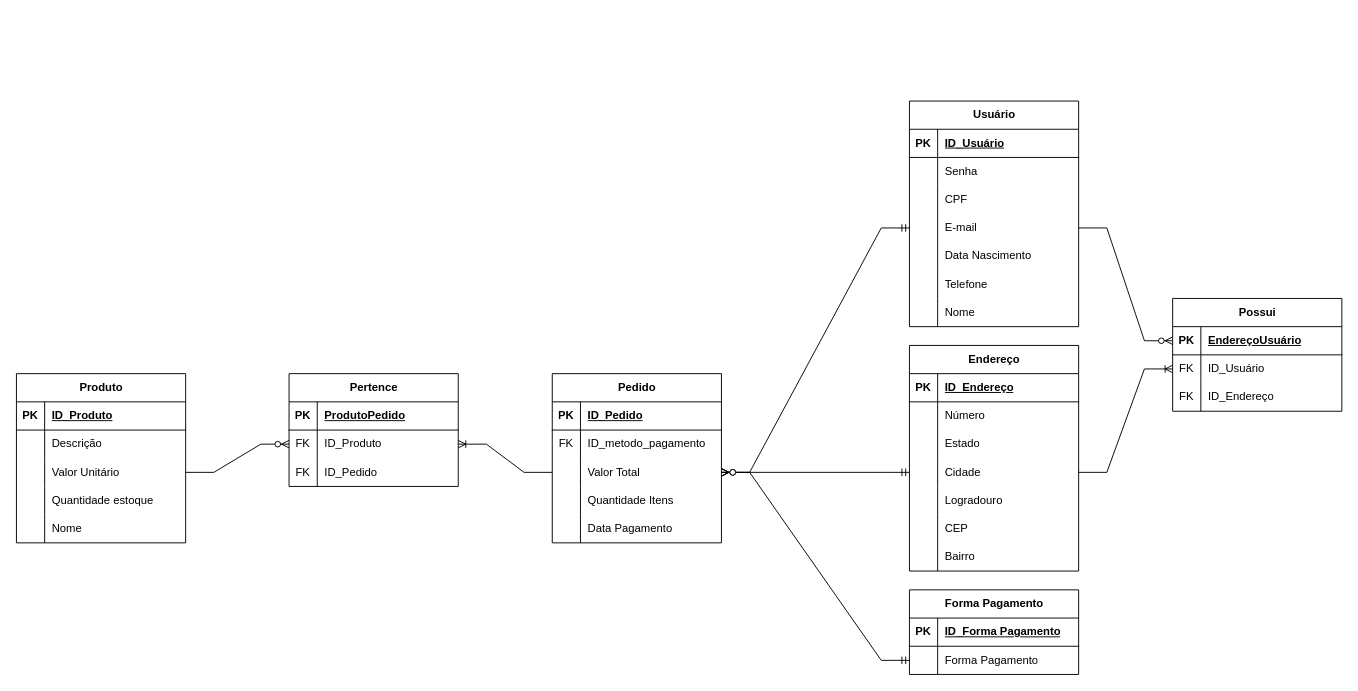
This is documentacao/Diagrama_lógico.drawio from PedroAugustoPivetta/Bela-Rosa, a draw.io file, before an edit. Source tidied: cells renumbered, new cells numbered last; positions are measured from the earlier drawing's top-left corner, leaving out a move shared by most shapes. Both pictures are drawn from the tidied source at 94%, with x=0, y=0 at pixel (16, 101).
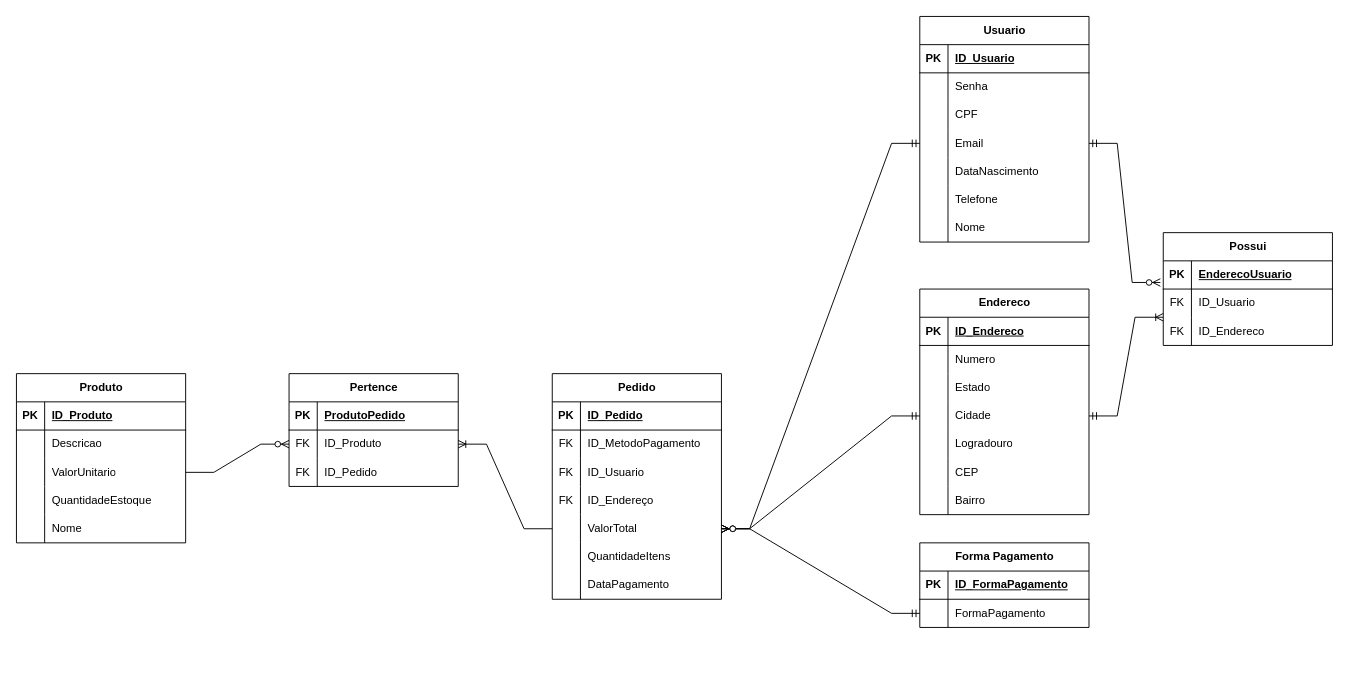
Above is the later version.

Unchanged cells that the change refers to:
```xml
<mxCell id="6" style="shape=tableRow;horizontal=0;startSize=0;swimlaneHead=0;swimlaneBody=0;fillColor=none;top=0;left=0;right=0;bottom=0;" parent="2" vertex="1">
  <mxGeometry y="60" width="180" height="30" as="geometry" />
</mxCell>
<mxCell id="9" style="shape=tableRow;horizontal=0;startSize=0;swimlaneHead=0;swimlaneBody=0;fillColor=none;points=[[0,0.5],[1,0.5]];portConstraint=eastwest;top=0;left=0;right=0;bottom=0;" parent="2" vertex="1">
  <mxGeometry y="90" width="180" height="30" as="geometry" />
</mxCell>
<mxCell id="12" style="shape=tableRow;horizontal=0;startSize=0;swimlaneHead=0;swimlaneBody=0;fillColor=none;top=0;left=0;right=0;bottom=0;" parent="2" vertex="1">
  <mxGeometry y="120" width="180" height="30" as="geometry" />
</mxCell>
<mxCell id="32" style="shape=tableRow;horizontal=0;startSize=0;swimlaneHead=0;swimlaneBody=0;fillColor=none;top=0;left=0;right=0;bottom=0;" parent="28" vertex="1">
  <mxGeometry y="60" width="180" height="30" as="geometry" />
</mxCell>
<mxCell id="47" style="shape=tableRow;horizontal=0;startSize=0;swimlaneHead=0;swimlaneBody=0;fillColor=none;top=0;left=0;right=0;bottom=1;" parent="46" vertex="1">
  <mxGeometry y="30" width="180" height="30" as="geometry" />
</mxCell>
<mxCell id="50" style="shape=tableRow;horizontal=0;startSize=0;swimlaneHead=0;swimlaneBody=0;fillColor=none;points=[[0,0.5],[1,0.5]];portConstraint=eastwest;top=0;left=0;right=0;bottom=0;" parent="46" vertex="1">
  <mxGeometry y="60" width="180" height="30" as="geometry" />
</mxCell>
<mxCell id="55" style="shape=tableRow;horizontal=0;startSize=0;swimlaneHead=0;swimlaneBody=0;fillColor=none;top=0;left=0;right=0;bottom=1;" parent="54" vertex="1">
  <mxGeometry y="30" width="180" height="30" as="geometry" />
</mxCell>
<mxCell id="58" style="shape=tableRow;horizontal=0;startSize=0;swimlaneHead=0;swimlaneBody=0;fillColor=none;top=0;left=0;right=0;bottom=0;" parent="54" vertex="1">
  <mxGeometry y="60" width="180" height="30" as="geometry" />
</mxCell>
<mxCell id="64" style="shape=tableRow;horizontal=0;startSize=0;swimlaneHead=0;swimlaneBody=0;fillColor=none;points=[[0,0.5],[1,0.5]];portConstraint=eastwest;top=0;left=0;right=0;bottom=0;" parent="54" vertex="1">
  <mxGeometry y="120" width="180" height="30" as="geometry" />
</mxCell>
<mxCell id="78" style="shape=tableRow;horizontal=0;startSize=0;swimlaneHead=0;swimlaneBody=0;fillColor=none;top=0;left=0;right=0;bottom=1;" parent="77" vertex="1">
  <mxGeometry y="30" width="180" height="30" as="geometry" />
</mxCell>
<mxCell id="87" style="shape=tableRow;horizontal=0;startSize=0;swimlaneHead=0;swimlaneBody=0;fillColor=none;points=[[0,0.5],[1,0.5]];portConstraint=eastwest;top=0;left=0;right=0;bottom=0;" parent="77" vertex="1">
  <mxGeometry y="120" width="180" height="30" as="geometry" />
</mxCell>
<mxCell id="90" style="shape=tableRow;horizontal=0;startSize=0;swimlaneHead=0;swimlaneBody=0;fillColor=none;top=0;left=0;right=0;bottom=0;" parent="77" vertex="1">
  <mxGeometry y="150" width="180" height="30" as="geometry" />
</mxCell>
<mxCell id="100" style="shape=tableRow;horizontal=0;startSize=0;swimlaneHead=0;swimlaneBody=0;fillColor=none;points=[[0,0.5],[1,0.5]];portConstraint=eastwest;top=0;left=0;right=0;bottom=1;" parent="99" vertex="1">
  <mxGeometry y="30" width="180" height="30" as="geometry" />
</mxCell>
<mxCell id="103" style="shape=tableRow;horizontal=0;startSize=0;swimlaneHead=0;swimlaneBody=0;fillColor=none;points=[[0,0.5],[1,0.5]];portConstraint=eastwest;top=0;left=0;right=0;bottom=0;" parent="99" vertex="1">
  <mxGeometry y="60" width="180" height="30" as="geometry" />
</mxCell>
<mxCell id="106" style="shape=tableRow;horizontal=0;startSize=0;swimlaneHead=0;swimlaneBody=0;fillColor=none;points=[[0,0.5],[1,0.5]];portConstraint=eastwest;top=0;left=0;right=0;bottom=0;" parent="99" vertex="1">
  <mxGeometry y="90" width="180" height="30" as="geometry" />
</mxCell>
```

Diff of the diagram source:
```diff
@@
-    <mxCell id="8" value="Descrição" style="shape=partialRectangle;fillColor=none;top=0;left=0;bottom=0;right=0;align=left;spacingLeft=6;overflow=hidden;whiteSpace=wrap;html=1;" parent="6" vertex="1">
+    <mxCell id="8" value="Descricao" style="shape=partialRectangle;fillColor=none;top=0;left=0;bottom=0;right=0;align=left;spacingLeft=6;overflow=hidden;whiteSpace=wrap;html=1;" parent="6" vertex="1">
       <mxGeometry x="30" width="150" height="30" as="geometry" />
     </mxCell>
@@
-    <mxCell id="11" value="Valor Unitário" style="shape=partialRectangle;fillColor=none;top=0;left=0;bottom=0;right=0;align=left;spacingLeft=6;overflow=hidden;whiteSpace=wrap;html=1;" parent="9" vertex="1">
+    <mxCell id="11" value="ValorUnitario" style="shape=partialRectangle;fillColor=none;top=0;left=0;bottom=0;right=0;align=left;spacingLeft=6;overflow=hidden;whiteSpace=wrap;html=1;" parent="9" vertex="1">
       <mxGeometry x="30" width="150" height="30" as="geometry" />
     </mxCell>
@@
-    <mxCell id="14" value="Quantidade estoque" style="shape=partialRectangle;fillColor=none;top=0;left=0;bottom=0;right=0;align=left;spacingLeft=6;overflow=hidden;whiteSpace=wrap;html=1;" parent="12" vertex="1">
+    <mxCell id="14" value="QuantidadeEstoque" style="shape=partialRectangle;fillColor=none;top=0;left=0;bottom=0;right=0;align=left;spacingLeft=6;overflow=hidden;whiteSpace=wrap;html=1;" parent="12" vertex="1">
       <mxGeometry x="30" width="150" height="30" as="geometry" />
     </mxCell>
@@
     <mxCell id="28" value="Pedido" style="shape=table;startSize=30;childLayout=tableLayout;rowLines=0;fontStyle=1;align=center;html=1;" parent="1" vertex="1">
-      <mxGeometry x="570" y="290" width="180" height="180" as="geometry" />
+      <mxGeometry x="570" y="290" width="180" height="240" as="geometry" />
     </mxCell>
@@
-    <mxCell id="34" value="ID_metodo_pagamento" style="shape=partialRectangle;fillColor=none;top=0;left=0;bottom=0;right=0;align=left;spacingLeft=6;fontStyle=0;overflow=hidden;whiteSpace=wrap;html=1;" parent="32" vertex="1">
+    <mxCell id="34" value="ID_MetodoPagamento" style="shape=partialRectangle;fillColor=none;top=0;left=0;bottom=0;right=0;align=left;spacingLeft=6;fontStyle=0;overflow=hidden;whiteSpace=wrap;html=1;" parent="32" vertex="1">
       <mxGeometry x="30" width="150" height="30" as="geometry" />
     </mxCell>
+    <mxCell id="112" style="shape=tableRow;horizontal=0;startSize=0;swimlaneHead=0;swimlaneBody=0;fillColor=none;top=0;left=0;right=0;bottom=0;" parent="28" vertex="1">
+      <mxGeometry y="90" width="180" height="30" as="geometry" />
+    </mxCell>
+    <mxCell id="113" value="FK" style="shape=partialRectangle;fillColor=none;top=0;left=0;bottom=0;right=0;fontStyle=0;overflow=hidden;whiteSpace=wrap;html=1;" parent="112" vertex="1">
+      <mxGeometry width="30" height="30" as="geometry" />
+    </mxCell>
+    <mxCell id="114" value="ID_Usuario" style="shape=partialRectangle;fillColor=none;top=0;left=0;bottom=0;right=0;align=left;spacingLeft=6;fontStyle=0;overflow=hidden;whiteSpace=wrap;html=1;" parent="112" vertex="1">
+      <mxGeometry x="30" width="150" height="30" as="geometry" />
+    </mxCell>
+    <mxCell id="115" style="shape=tableRow;horizontal=0;startSize=0;swimlaneHead=0;swimlaneBody=0;fillColor=none;top=0;left=0;right=0;bottom=0;" parent="28" vertex="1">
+      <mxGeometry y="120" width="180" height="30" as="geometry" />
+    </mxCell>
+    <mxCell id="116" value="FK" style="shape=partialRectangle;fillColor=none;top=0;left=0;bottom=0;right=0;fontStyle=0;overflow=hidden;whiteSpace=wrap;html=1;" parent="115" vertex="1">
+      <mxGeometry width="30" height="30" as="geometry" />
+    </mxCell>
+    <mxCell id="117" value="ID_Endereço" style="shape=partialRectangle;fillColor=none;top=0;left=0;bottom=0;right=0;align=left;spacingLeft=6;fontStyle=0;overflow=hidden;whiteSpace=wrap;html=1;" parent="115" vertex="1">
+      <mxGeometry x="30" width="150" height="30" as="geometry" />
+    </mxCell>
     <mxCell id="35" style="shape=tableRow;horizontal=0;startSize=0;swimlaneHead=0;swimlaneBody=0;fillColor=none;points=[[0,0.5],[1,0.5]];portConstraint=eastwest;top=0;left=0;right=0;bottom=0;" parent="28" vertex="1">
-      <mxGeometry y="90" width="180" height="30" as="geometry" />
+      <mxGeometry y="150" width="180" height="30" as="geometry" />
     </mxCell>
@@
-    <mxCell id="37" value="Valor Total" style="shape=partialRectangle;fillColor=none;top=0;left=0;bottom=0;right=0;align=left;spacingLeft=6;overflow=hidden;whiteSpace=wrap;html=1;" parent="35" vertex="1">
+    <mxCell id="37" value="ValorTotal" style="shape=partialRectangle;fillColor=none;top=0;left=0;bottom=0;right=0;align=left;spacingLeft=6;overflow=hidden;whiteSpace=wrap;html=1;" parent="35" vertex="1">
       <mxGeometry x="30" width="150" height="30" as="geometry" />
     </mxCell>
     <mxCell id="38" style="shape=tableRow;horizontal=0;startSize=0;swimlaneHead=0;swimlaneBody=0;fillColor=none;top=0;left=0;right=0;bottom=0;" parent="28" vertex="1">
-      <mxGeometry y="120" width="180" height="30" as="geometry" />
+      <mxGeometry y="180" width="180" height="30" as="geometry" />
     </mxCell>
@@
-    <mxCell id="40" value="Quantidade Itens" style="shape=partialRectangle;fillColor=none;top=0;left=0;bottom=0;right=0;align=left;spacingLeft=6;overflow=hidden;whiteSpace=wrap;html=1;" parent="38" vertex="1">
+    <mxCell id="40" value="QuantidadeItens" style="shape=partialRectangle;fillColor=none;top=0;left=0;bottom=0;right=0;align=left;spacingLeft=6;overflow=hidden;whiteSpace=wrap;html=1;" parent="38" vertex="1">
       <mxGeometry x="30" width="150" height="30" as="geometry" />
     </mxCell>
     <mxCell id="41" style="shape=tableRow;horizontal=0;startSize=0;swimlaneHead=0;swimlaneBody=0;fillColor=none;top=0;left=0;right=0;bottom=0;" parent="28" vertex="1">
-      <mxGeometry y="150" width="180" height="30" as="geometry" />
+      <mxGeometry y="210" width="180" height="30" as="geometry" />
     </mxCell>
@@
-    <mxCell id="43" value="Data Pagamento" style="shape=partialRectangle;fillColor=none;top=0;left=0;bottom=0;right=0;align=left;spacingLeft=6;overflow=hidden;whiteSpace=wrap;html=1;" parent="41" vertex="1">
+    <mxCell id="43" value="DataPagamento" style="shape=partialRectangle;fillColor=none;top=0;left=0;bottom=0;right=0;align=left;spacingLeft=6;overflow=hidden;whiteSpace=wrap;html=1;" parent="41" vertex="1">
       <mxGeometry x="30" width="150" height="30" as="geometry" />
     </mxCell>
@@
     <mxCell id="46" value="Forma Pagamento" style="shape=table;startSize=30;childLayout=tableLayout;rowLines=0;fontStyle=1;align=center;html=1;" parent="1" vertex="1">
-      <mxGeometry x="950" y="520" width="180" height="90" as="geometry" />
+      <mxGeometry x="961" y="470" width="180" height="90" as="geometry" />
     </mxCell>
@@
-    <mxCell id="49" value="ID_Forma Pagamento" style="shape=partialRectangle;fillColor=none;top=0;left=0;bottom=0;right=0;align=left;spacingLeft=6;fontStyle=5;overflow=hidden;whiteSpace=wrap;html=1;" parent="47" vertex="1">
+    <mxCell id="49" value="ID_FormaPagamento" style="shape=partialRectangle;fillColor=none;top=0;left=0;bottom=0;right=0;align=left;spacingLeft=6;fontStyle=5;overflow=hidden;whiteSpace=wrap;html=1;" parent="47" vertex="1">
       <mxGeometry x="30" width="150" height="30" as="geometry" />
     </mxCell>
@@
-    <mxCell id="52" value="Forma Pagamento" style="shape=partialRectangle;fillColor=none;top=0;left=0;bottom=0;right=0;align=left;spacingLeft=6;overflow=hidden;whiteSpace=wrap;html=1;" parent="50" vertex="1">
+    <mxCell id="52" value="FormaPagamento" style="shape=partialRectangle;fillColor=none;top=0;left=0;bottom=0;right=0;align=left;spacingLeft=6;overflow=hidden;whiteSpace=wrap;html=1;" parent="50" vertex="1">
       <mxGeometry x="30" width="150" height="30" as="geometry" />
     </mxCell>
@@
-    <mxCell id="54" value="Endereço" style="shape=table;startSize=30;childLayout=tableLayout;rowLines=0;fontStyle=1;align=center;html=1;" parent="1" vertex="1">
-      <mxGeometry x="950" y="260" width="180" height="240" as="geometry" />
+    <mxCell id="54" value="Endereco" style="shape=table;startSize=30;childLayout=tableLayout;rowLines=0;fontStyle=1;align=center;html=1;" parent="1" vertex="1">
+      <mxGeometry x="961" y="200" width="180" height="240" as="geometry" />
     </mxCell>
@@
-    <mxCell id="57" value="ID_Endereço" style="shape=partialRectangle;fillColor=none;top=0;left=0;bottom=0;right=0;align=left;spacingLeft=6;fontStyle=5;overflow=hidden;whiteSpace=wrap;html=1;" parent="55" vertex="1">
+    <mxCell id="57" value="ID_Endereco" style="shape=partialRectangle;fillColor=none;top=0;left=0;bottom=0;right=0;align=left;spacingLeft=6;fontStyle=5;overflow=hidden;whiteSpace=wrap;html=1;" parent="55" vertex="1">
       <mxGeometry x="30" width="150" height="30" as="geometry" />
     </mxCell>
@@
-    <mxCell id="60" value="Número" style="shape=partialRectangle;fillColor=none;top=0;left=0;bottom=0;right=0;align=left;spacingLeft=6;overflow=hidden;whiteSpace=wrap;html=1;" parent="58" vertex="1">
+    <mxCell id="60" value="Numero" style="shape=partialRectangle;fillColor=none;top=0;left=0;bottom=0;right=0;align=left;spacingLeft=6;overflow=hidden;whiteSpace=wrap;html=1;" parent="58" vertex="1">
       <mxGeometry x="30" width="150" height="30" as="geometry" />
     </mxCell>
@@
-    <mxCell id="77" value="Usuário" style="shape=table;startSize=30;childLayout=tableLayout;rowLines=0;fontStyle=1;align=center;html=1;" parent="1" vertex="1">
-      <mxGeometry x="950" width="180" height="240" as="geometry" />
+    <mxCell id="77" value="Usuario" style="shape=table;startSize=30;childLayout=tableLayout;rowLines=0;fontStyle=1;align=center;html=1;" parent="1" vertex="1">
+      <mxGeometry x="961" y="-90" width="180" height="240" as="geometry" />
     </mxCell>
@@
-    <mxCell id="80" value="ID_Usuário" style="shape=partialRectangle;fillColor=none;top=0;left=0;bottom=0;right=0;align=left;spacingLeft=6;fontStyle=5;overflow=hidden;whiteSpace=wrap;html=1;" parent="78" vertex="1">
+    <mxCell id="80" value="ID_Usuario" style="shape=partialRectangle;fillColor=none;top=0;left=0;bottom=0;right=0;align=left;spacingLeft=6;fontStyle=5;overflow=hidden;whiteSpace=wrap;html=1;" parent="78" vertex="1">
       <mxGeometry x="30" width="150" height="30" as="geometry" />
     </mxCell>
@@
-    <mxCell id="89" value="E-mail" style="shape=partialRectangle;fillColor=none;top=0;left=0;bottom=0;right=0;align=left;spacingLeft=6;overflow=hidden;whiteSpace=wrap;html=1;" parent="87" vertex="1">
+    <mxCell id="89" value="Email" style="shape=partialRectangle;fillColor=none;top=0;left=0;bottom=0;right=0;align=left;spacingLeft=6;overflow=hidden;whiteSpace=wrap;html=1;" parent="87" vertex="1">
       <mxGeometry x="30" width="150" height="30" as="geometry" />
     </mxCell>
@@
-    <mxCell id="92" value="Data Nascimento" style="shape=partialRectangle;fillColor=none;top=0;left=0;bottom=0;right=0;align=left;spacingLeft=6;overflow=hidden;whiteSpace=wrap;html=1;" parent="90" vertex="1">
+    <mxCell id="92" value="DataNascimento" style="shape=partialRectangle;fillColor=none;top=0;left=0;bottom=0;right=0;align=left;spacingLeft=6;overflow=hidden;whiteSpace=wrap;html=1;" parent="90" vertex="1">
       <mxGeometry x="30" width="150" height="30" as="geometry" />
     </mxCell>
@@
     <mxCell id="99" value="Possui" style="shape=table;startSize=30;childLayout=tableLayout;rowLines=0;fontStyle=1;align=center;html=1;" parent="1" vertex="1">
-      <mxGeometry x="1230" y="210" width="180" height="120" as="geometry" />
+      <mxGeometry x="1220" y="140" width="180" height="120" as="geometry" />
     </mxCell>
@@
-    <mxCell id="102" value="EndereçoUsuário" style="shape=partialRectangle;fillColor=none;top=0;left=0;bottom=0;right=0;align=left;spacingLeft=6;fontStyle=5;overflow=hidden;whiteSpace=wrap;html=1;" parent="100" vertex="1">
+    <mxCell id="102" value="EnderecoUsuario" style="shape=partialRectangle;fillColor=none;top=0;left=0;bottom=0;right=0;align=left;spacingLeft=6;fontStyle=5;overflow=hidden;whiteSpace=wrap;html=1;" parent="100" vertex="1">
       <mxGeometry x="30" width="150" height="30" as="geometry" />
     </mxCell>
@@
-    <mxCell id="105" value="ID_Usuário" style="shape=partialRectangle;fillColor=none;top=0;left=0;bottom=0;right=0;align=left;spacingLeft=6;fontStyle=0;overflow=hidden;whiteSpace=wrap;html=1;" parent="103" vertex="1">
+    <mxCell id="105" value="ID_Usuario" style="shape=partialRectangle;fillColor=none;top=0;left=0;bottom=0;right=0;align=left;spacingLeft=6;fontStyle=0;overflow=hidden;whiteSpace=wrap;html=1;" parent="103" vertex="1">
       <mxGeometry x="30" width="150" height="30" as="geometry" />
     </mxCell>
@@
-    <mxCell id="108" value="ID_Endereço" style="shape=partialRectangle;fillColor=none;top=0;left=0;bottom=0;right=0;align=left;spacingLeft=6;fontStyle=0;overflow=hidden;whiteSpace=wrap;html=1;" parent="106" vertex="1">
+    <mxCell id="108" value="ID_Endereco" style="shape=partialRectangle;fillColor=none;top=0;left=0;bottom=0;right=0;align=left;spacingLeft=6;fontStyle=0;overflow=hidden;whiteSpace=wrap;html=1;" parent="106" vertex="1">
       <mxGeometry x="30" width="150" height="30" as="geometry" />
     </mxCell>
-    <mxCell id="109" style="edgeStyle=entityRelationEdgeStyle;fontSize=12;html=1;endArrow=ERoneToMany;rounded=0;entryX=0;entryY=0.5;entryDx=0;entryDy=0;exitX=1;exitY=0.5;exitDx=0;exitDy=0;" parent="1" edge="1" source="64" target="103">
-      <mxGeometry relative="1" as="geometry" />
-    </mxCell>
+    <mxCell id="111" style="edgeStyle=entityRelationEdgeStyle;fontSize=12;html=1;endArrow=ERzeroToMany;startArrow=ERmandOne;rounded=0;entryX=1;entryY=0.5;entryDx=0;entryDy=0;exitX=0;exitY=0.5;exitDx=0;exitDy=0;" parent="1" edge="1" source="87" target="35">
+      <mxGeometry relative="1" as="geometry" />
+    </mxCell>
-    <mxCell id="110" style="edgeStyle=entityRelationEdgeStyle;fontSize=12;html=1;endArrow=ERzeroToMany;endFill=1;rounded=0;entryX=0;entryY=0.5;entryDx=0;entryDy=0;exitX=1;exitY=0.5;exitDx=0;exitDy=0;" parent="1" edge="1" source="87" target="100">
+    <mxCell id="110" style="edgeStyle=entityRelationEdgeStyle;fontSize=12;html=1;endArrow=ERzeroToMany;startArrow=ERmandOne;rounded=0;entryX=-0.017;entryY=0.767;entryDx=0;entryDy=0;exitX=1;exitY=0.5;exitDx=0;exitDy=0;entryPerimeter=0;" parent="1" edge="1" source="87" target="100">
       <mxGeometry relative="1" as="geometry" />
     </mxCell>
-    <mxCell id="111" style="edgeStyle=entityRelationEdgeStyle;fontSize=12;html=1;endArrow=ERzeroToMany;startArrow=ERmandOne;rounded=0;entryX=1;entryY=0.5;entryDx=0;entryDy=0;exitX=0;exitY=0.5;exitDx=0;exitDy=0;" parent="1" edge="1" source="87" target="35">
-      <mxGeometry relative="1" as="geometry" />
-    </mxCell>
+    <mxCell id="118" style="edgeStyle=entityRelationEdgeStyle;fontSize=12;html=1;endArrow=ERoneToMany;startArrow=ERmandOne;rounded=0;entryX=0;entryY=0;entryDx=0;entryDy=0;entryPerimeter=0;exitX=1;exitY=0.5;exitDx=0;exitDy=0;" parent="1" edge="1" source="64" target="106">
+      <mxGeometry relative="1" as="geometry" />
+    </mxCell>
```
